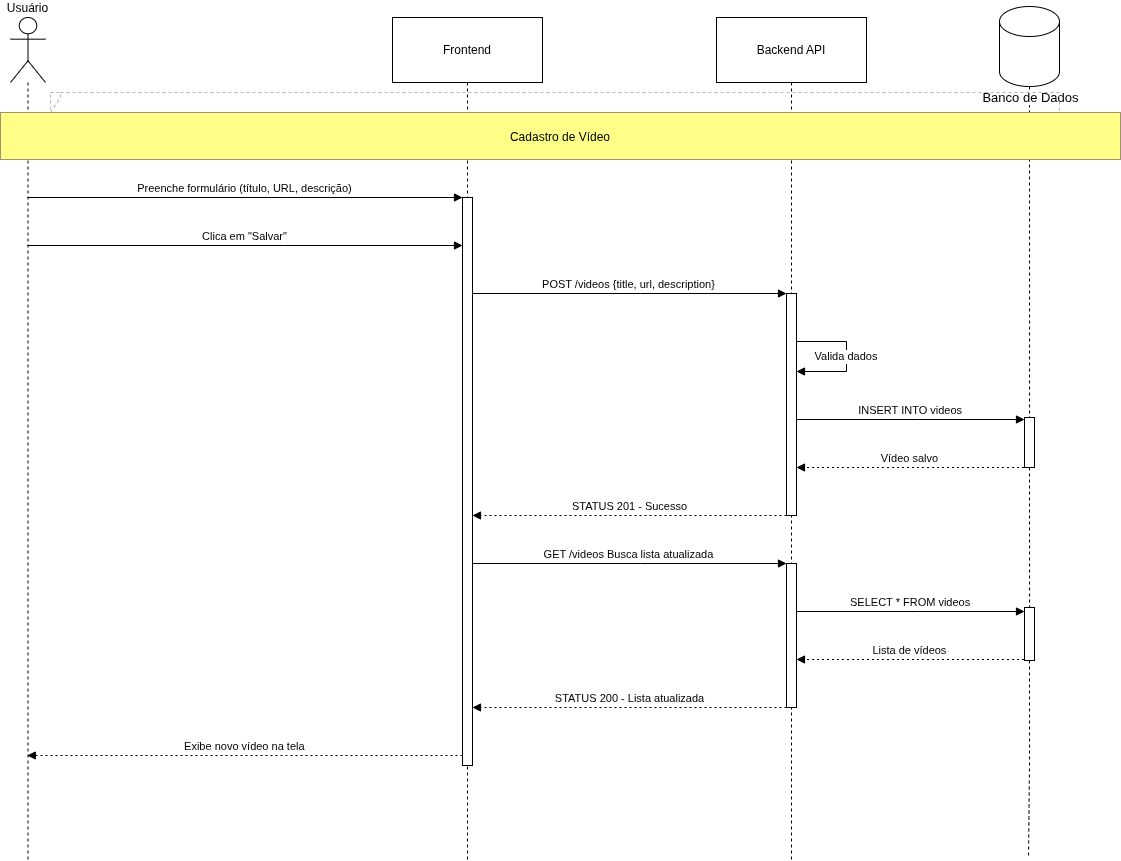
The draw.io diagram .github/uml.png in EriikGabriel/video-app, before a commit. Source tidied: cells renumbered, new cells last; positions are measured from the earlier drawing's top-left corner, leaving out a move shared by most shapes.
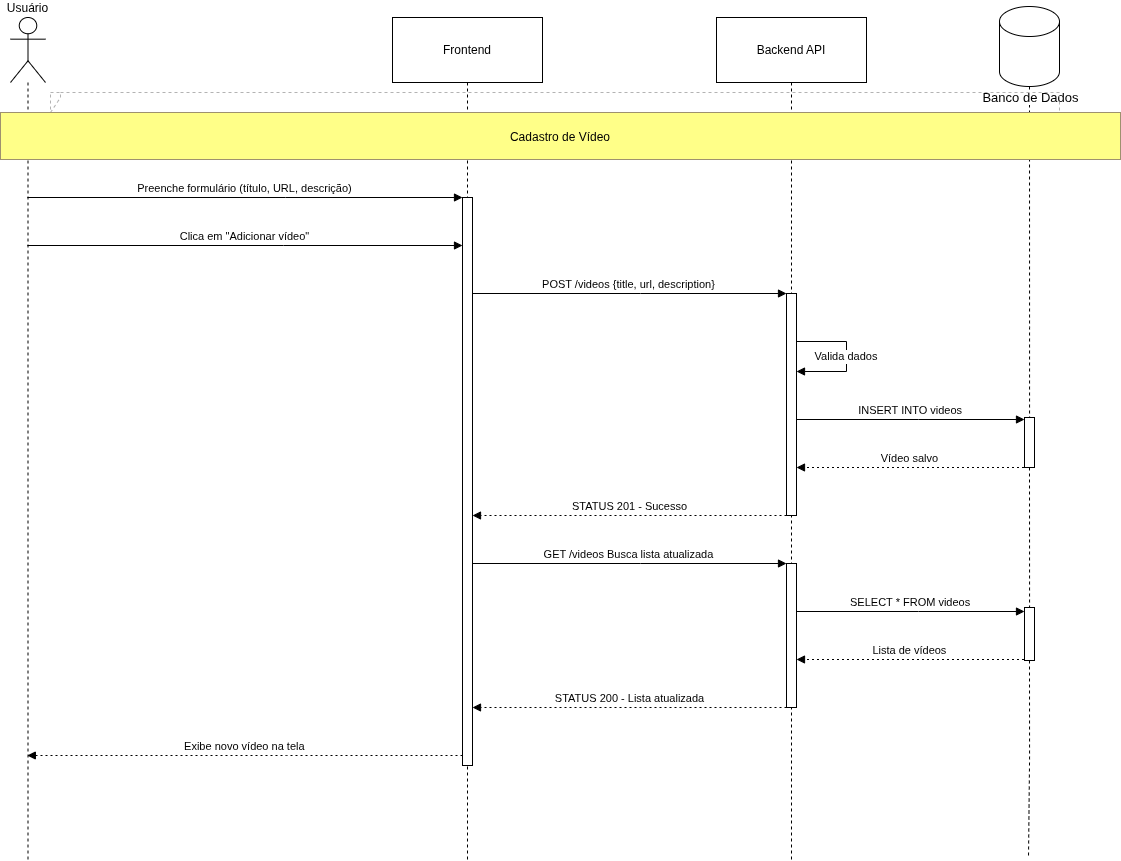
After the commit.

Commit message:
chore: update UML diagram in the GitHub directory

Change to the diagram source:
```diff
@@ -51,7 +51,7 @@
         </Array>
       </mxGeometry>
     </mxCell>
-    <mxCell id="14" value="Clica em &quot;Salvar&quot;" style="verticalAlign=bottom;edgeStyle=elbowEdgeStyle;elbow=vertical;curved=0;rounded=0;endArrow=block;" parent="1" edge="1" source="5" target="7">
+    <mxCell id="14" value="Clica em &quot;Adicionar vídeo&quot;" style="verticalAlign=bottom;edgeStyle=elbowEdgeStyle;elbow=vertical;curved=0;rounded=0;endArrow=block;" parent="1" edge="1" source="5" target="7">
       <mxGeometry relative="1" as="geometry">
         <Array as="points">
           <mxPoint x="283" y="239" />
```
